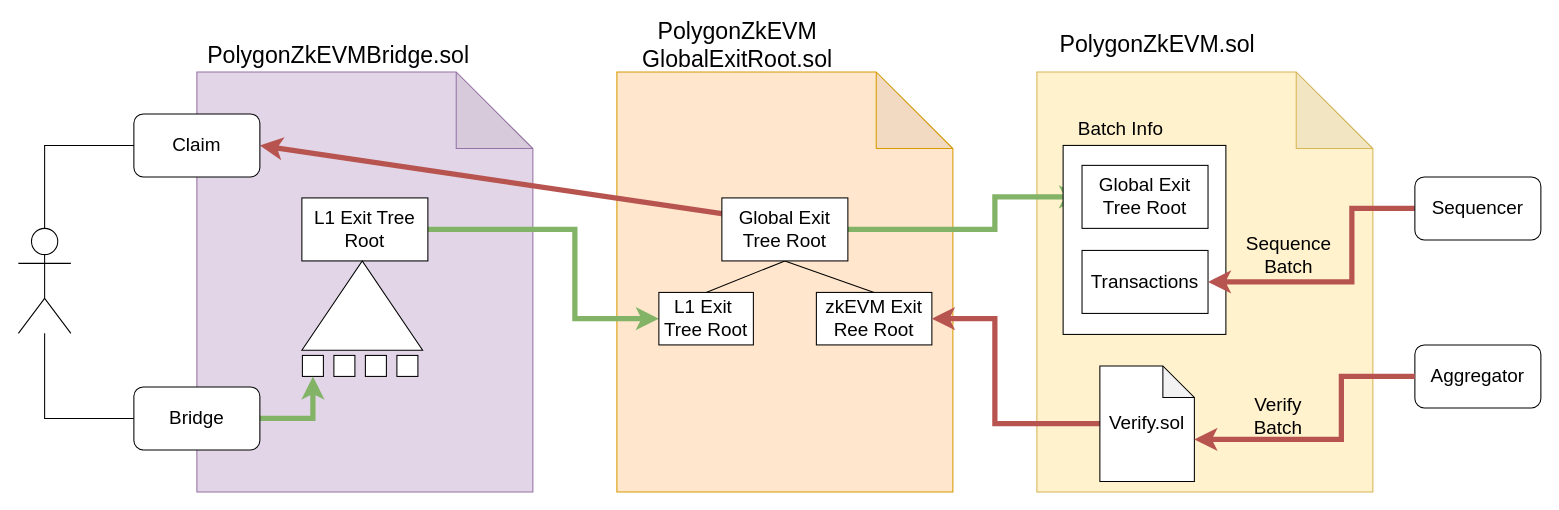
This is bridge.drawio from Phillip-Kemper/thesis-drawings, a draw.io file, before an edit. Source tidied: cells renumbered, new cells numbered last; positions are measured from the earlier drawing's top-left corner, leaving out a move shared by most shapes. Both pictures are drawn from the tidied source at 105%, with x=0, y=0 at pixel (18, 29).
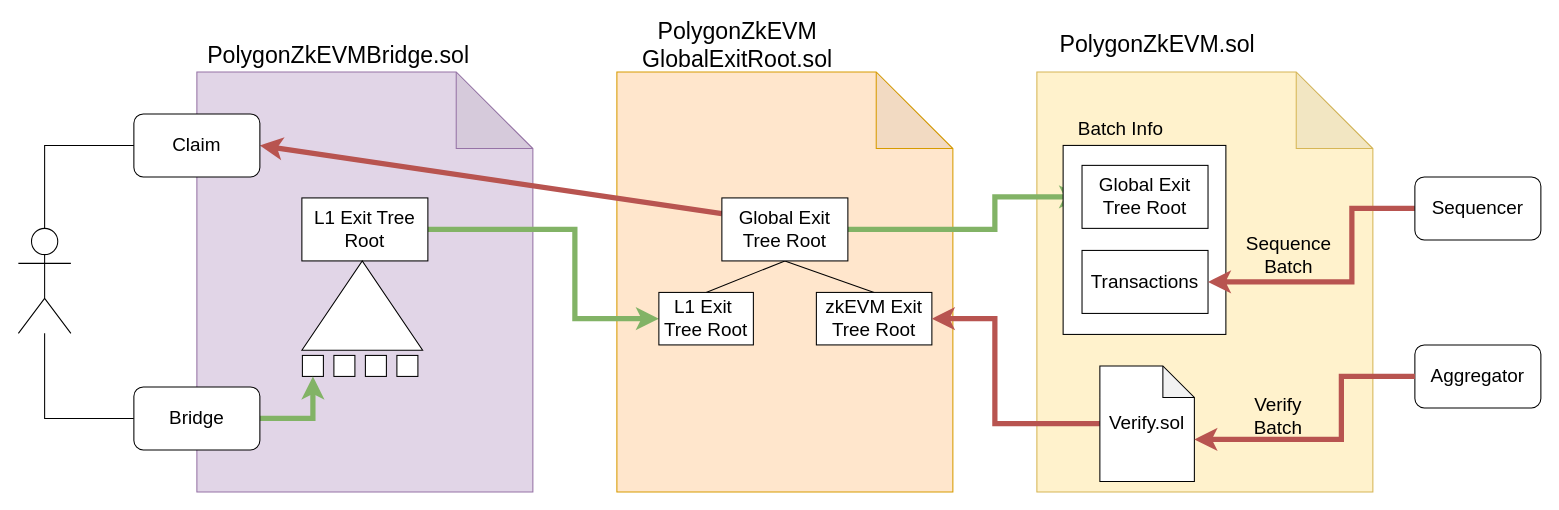
Above is the later version.

Change to the diagram source:
```diff
@@
-    <mxCell id="21" value="&lt;font style=&quot;font-size: 18px;&quot;&gt;zkEVM Exit&lt;br&gt;Ree Root&lt;br&gt;&lt;/font&gt;" style="rounded=0;whiteSpace=wrap;html=1;" parent="1" vertex="1">
+    <mxCell id="21" value="&lt;font style=&quot;font-size: 18px;&quot;&gt;zkEVM Exit&lt;br&gt;Tree Root&lt;br&gt;&lt;/font&gt;" style="rounded=0;whiteSpace=wrap;html=1;" parent="1" vertex="1">
       <mxGeometry x="760" y="250" width="110" height="50" as="geometry" />
     </mxCell>
```
